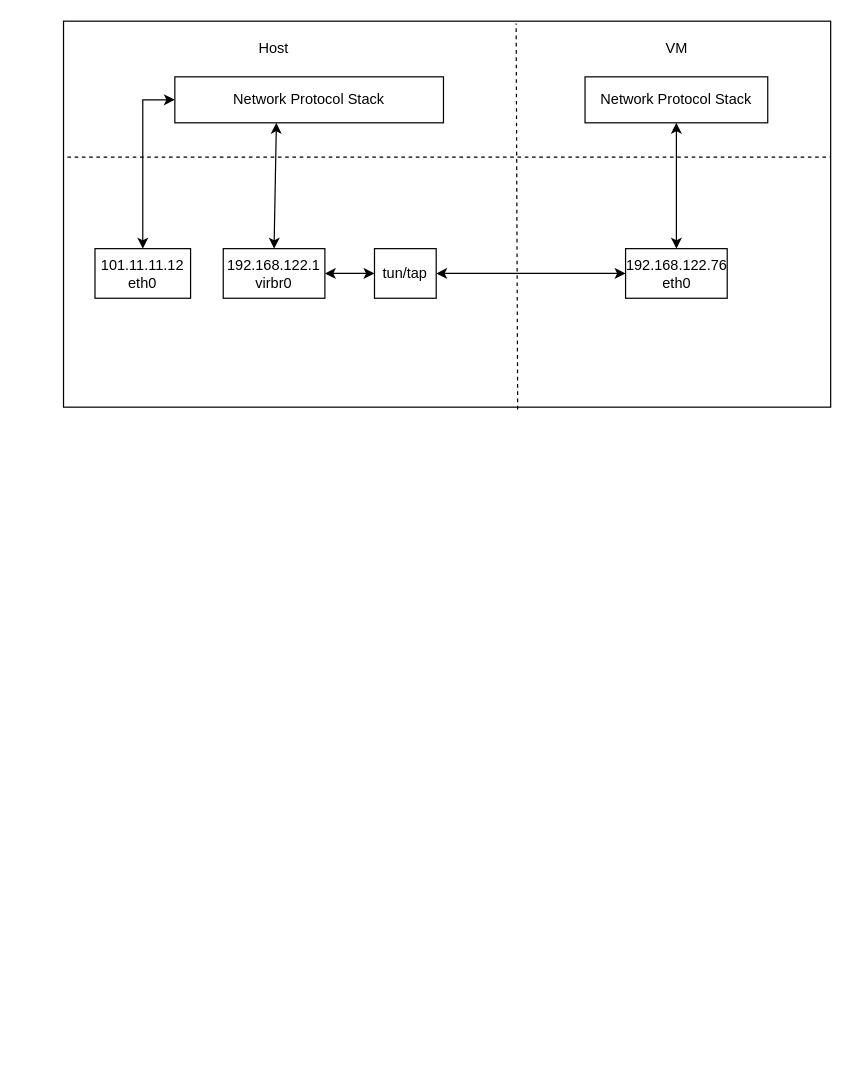
Above: bridge-tap.drawio in aleonly/drawio (draw.io), before the change. Source tidied: cells renumbered, new cells numbered last; positions are measured from the earlier drawing's top-left corner, leaving out a move shared by most shapes. Both pictures are drawn from the tidied source at 121%, with x=0, y=0 at pixel (63, 21).
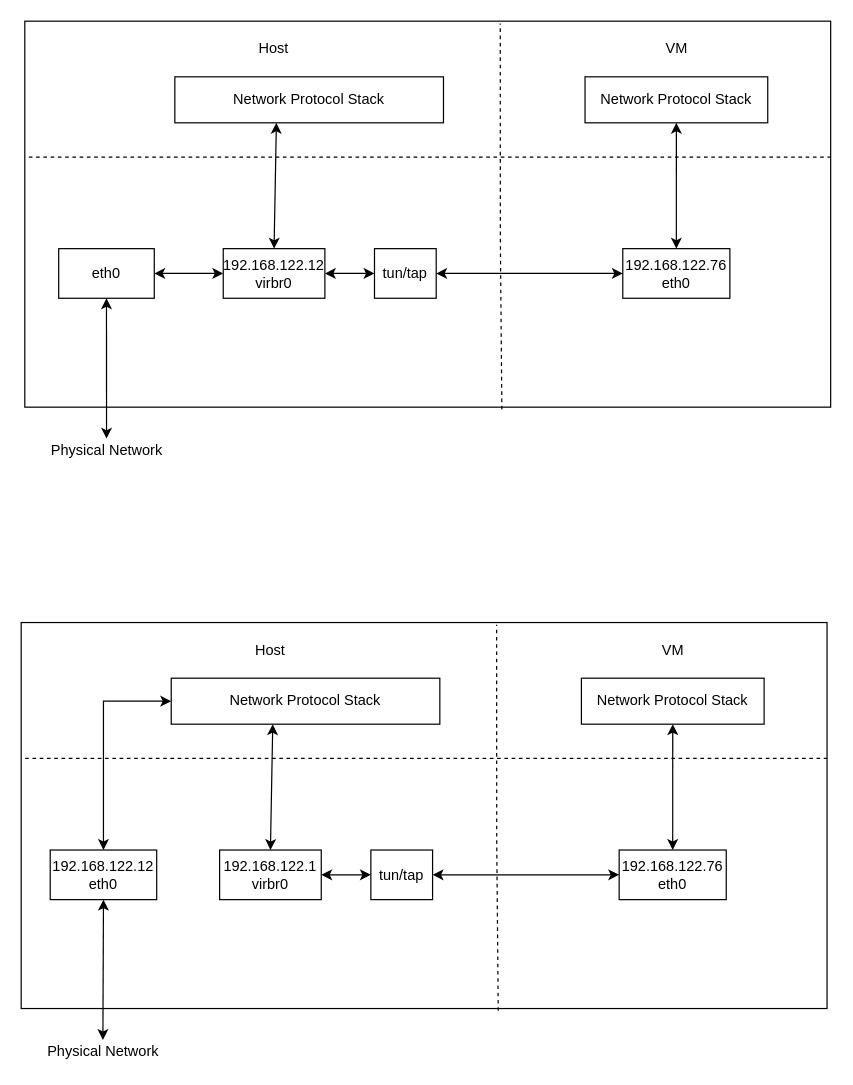
After the change.

The change refers to these unchanged cells:
```xml
<mxCell id="4" value="Network Protocol Stack" style="rounded=0;whiteSpace=wrap;html=1;" parent="1" vertex="1">
  <mxGeometry x="92" y="46" width="222" height="38" as="geometry" />
</mxCell>
```

Change to the diagram source:
```diff
@@
     <mxCell id="2" style="rounded=0;whiteSpace=wrap;html=1;" parent="1" vertex="1">
-      <mxGeometry width="634" height="319" as="geometry" />
+      <mxGeometry x="-32" width="666" height="319" as="geometry" />
     </mxCell>
-    <mxCell id="3" style="edgeStyle=orthogonalEdgeStyle;rounded=0;jettySize=auto;html=1;entryX=0.5;entryY=0;entryDx=0;entryDy=0;exitX=0;exitY=0.5;exitDx=0;exitDy=0;startArrow=classic;startFill=1;" parent="1" edge="1" source="4" target="16">
-      <mxGeometry relative="1" as="geometry" />
-    </mxCell>
@@
-    <mxCell id="6" value="192.168.122.1&lt;br&gt;virbr0" style="rounded=0;whiteSpace=wrap;html=1;" parent="1" vertex="1">
+    <mxCell id="6" value="192.168.122.12&lt;br&gt;virbr0" style="rounded=0;whiteSpace=wrap;html=1;" parent="1" vertex="1">
       <mxGeometry x="132" y="188" width="84" height="41" as="geometry" />
     </mxCell>
@@
     <mxCell id="11" value="192.168.122.76&lt;br&gt;eth0" style="rounded=0;whiteSpace=wrap;html=1;" parent="1" vertex="1">
-      <mxGeometry x="464.5" y="188" width="84" height="41" as="geometry" />
+      <mxGeometry x="462.2" y="188" width="88.5" height="41" as="geometry" />
     </mxCell>
     <mxCell id="12" style="endArrow=none;dashed=1;html=1;entryX=0.59;entryY=0.006;entryDx=0;entryDy=0;entryPerimeter=0;exitX=0.592;exitY=1.006;exitDx=0;exitDy=0;exitPerimeter=0;" parent="1" edge="1" source="2" target="2">
-      <mxGeometry relative="1" as="geometry" />
+      <mxGeometry relative="1" as="geometry">
+        <Array as="points">
+          <mxPoint x="361" y="179" />
+        </Array>
+      </mxGeometry>
     </mxCell>
@@
-    <mxCell id="16" value="101.11.11.12&lt;br&gt;eth0" style="rounded=0;whiteSpace=wrap;html=1;" parent="1" vertex="1">
-      <mxGeometry x="26" y="188" width="79" height="41" as="geometry" />
+    <mxCell id="16" value="eth0" style="rounded=0;whiteSpace=wrap;html=1;" parent="1" vertex="1">
+      <mxGeometry x="-4" y="188" width="79" height="41" as="geometry" />
     </mxCell>
@@
+    <mxCell id="18" value="Physical Network" style="text;html=1;strokeColor=none;fillColor=none;align=center;verticalAlign=middle;whiteSpace=wrap;rounded=0;" parent="1" vertex="1">
+      <mxGeometry x="-12.2" y="345" width="95.5" height="20" as="geometry" />
+    </mxCell>
+    <mxCell id="19" style="endArrow=classic;startArrow=classic;html=1;exitX=0.5;exitY=0;exitDx=0;exitDy=0;entryX=0.5;entryY=1;entryDx=0;entryDy=0;" parent="1" edge="1" source="18" target="16">
+      <mxGeometry relative="1" as="geometry" />
+    </mxCell>
+    <mxCell id="20" style="endArrow=classic;startArrow=classic;html=1;entryX=0;entryY=0.5;entryDx=0;entryDy=0;exitX=1;exitY=0.5;exitDx=0;exitDy=0;" parent="1" edge="1" source="16" target="6">
+      <mxGeometry relative="1" as="geometry" />
+    </mxCell>
+    <mxCell id="21" style="rounded=0;whiteSpace=wrap;html=1;" parent="1" vertex="1">
+      <mxGeometry x="-35" y="497" width="666" height="319" as="geometry" />
+    </mxCell>
+    <mxCell id="22" value="Network Protocol Stack" style="rounded=0;whiteSpace=wrap;html=1;" parent="1" vertex="1">
+      <mxGeometry x="89" y="543" width="222" height="38" as="geometry" />
+    </mxCell>
+    <mxCell id="23" style="endArrow=none;dashed=1;html=1;entryX=1;entryY=0.352;entryDx=0;entryDy=0;exitX=0.005;exitY=0.352;exitDx=0;exitDy=0;exitPerimeter=0;entryPerimeter=0;" parent="1" edge="1" source="21" target="21">
+      <mxGeometry relative="1" as="geometry" />
+    </mxCell>
+    <mxCell id="24" value="192.168.122.1&lt;br&gt;virbr0" style="rounded=0;whiteSpace=wrap;html=1;" parent="1" vertex="1">
+      <mxGeometry x="129" y="685" width="84" height="41" as="geometry" />
+    </mxCell>
+    <mxCell id="25" value="tun/tap" style="rounded=0;whiteSpace=wrap;html=1;" parent="1" vertex="1">
+      <mxGeometry x="254" y="685" width="51" height="41" as="geometry" />
+    </mxCell>
+    <mxCell id="26" value="Network Protocol Stack" style="rounded=0;whiteSpace=wrap;html=1;" parent="1" vertex="1">
+      <mxGeometry x="428" y="543" width="151" height="38" as="geometry" />
+    </mxCell>
+    <mxCell id="27" value="Host" style="text;html=1;strokeColor=none;fillColor=none;align=center;verticalAlign=middle;whiteSpace=wrap;rounded=0;" parent="1" vertex="1">
+      <mxGeometry x="151" y="510" width="40" height="20" as="geometry" />
+    </mxCell>
+    <mxCell id="28" value="VM" style="text;html=1;strokeColor=none;fillColor=none;align=center;verticalAlign=middle;whiteSpace=wrap;rounded=0;" parent="1" vertex="1">
+      <mxGeometry x="483.5" y="510" width="40" height="20" as="geometry" />
+    </mxCell>
+    <mxCell id="29" value="192.168.122.76&lt;br&gt;eth0" style="rounded=0;whiteSpace=wrap;html=1;" parent="1" vertex="1">
+      <mxGeometry x="459.2" y="685" width="88.5" height="41" as="geometry" />
+    </mxCell>
+    <mxCell id="30" style="endArrow=none;dashed=1;html=1;entryX=0.59;entryY=0.006;entryDx=0;entryDy=0;entryPerimeter=0;exitX=0.592;exitY=1.006;exitDx=0;exitDy=0;exitPerimeter=0;" parent="1" edge="1" source="21" target="21">
+      <mxGeometry relative="1" as="geometry">
+        <Array as="points">
+          <mxPoint x="358" y="676" />
+        </Array>
+      </mxGeometry>
+    </mxCell>
+    <mxCell id="31" style="endArrow=classic;startArrow=classic;html=1;entryX=0.5;entryY=1;entryDx=0;entryDy=0;exitX=0.5;exitY=0;exitDx=0;exitDy=0;" parent="1" edge="1" source="29" target="26">
+      <mxGeometry relative="1" as="geometry" />
+    </mxCell>
+    <mxCell id="32" style="endArrow=classic;startArrow=classic;html=1;entryX=0;entryY=0.5;entryDx=0;entryDy=0;exitX=1;exitY=0.5;exitDx=0;exitDy=0;" parent="1" edge="1" source="25" target="29">
+      <mxGeometry relative="1" as="geometry" />
+    </mxCell>
+    <mxCell id="33" style="endArrow=classic;startArrow=classic;html=1;entryX=0;entryY=0.5;entryDx=0;entryDy=0;exitX=1;exitY=0.5;exitDx=0;exitDy=0;" parent="1" edge="1" source="24" target="25">
+      <mxGeometry relative="1" as="geometry" />
+    </mxCell>
+    <mxCell id="34" value="192.168.122.12&lt;br&gt;eth0" style="rounded=0;whiteSpace=wrap;html=1;" parent="1" vertex="1">
+      <mxGeometry x="-11" y="685" width="88" height="41" as="geometry" />
+    </mxCell>
+    <mxCell id="35" style="endArrow=classic;startArrow=classic;html=1;exitX=0.5;exitY=0;exitDx=0;exitDy=0;entryX=0.378;entryY=1;entryDx=0;entryDy=0;entryPerimeter=0;" parent="1" edge="1" source="24" target="22">
+      <mxGeometry relative="1" as="geometry" />
+    </mxCell>
+    <mxCell id="36" value="Physical Network" style="text;html=1;strokeColor=none;fillColor=none;align=center;verticalAlign=middle;whiteSpace=wrap;rounded=0;" parent="1" vertex="1">
+      <mxGeometry x="-15.2" y="842" width="95.5" height="20" as="geometry" />
+    </mxCell>
+    <mxCell id="37" style="endArrow=classic;startArrow=classic;html=1;exitX=0.5;exitY=0;exitDx=0;exitDy=0;entryX=0.5;entryY=1;entryDx=0;entryDy=0;" parent="1" edge="1" source="36" target="34">
+      <mxGeometry relative="1" as="geometry" />
+    </mxCell>
+    <mxCell id="38" style="endArrow=classic;startArrow=classic;html=1;entryX=0;entryY=0.5;entryDx=0;entryDy=0;exitX=0.5;exitY=0;exitDx=0;exitDy=0;edgeStyle=orthogonalEdgeStyle;strokeColor=#000000;rounded=0;" parent="1" edge="1" source="34" target="22">
+      <mxGeometry relative="1" as="geometry" />
+    </mxCell>
```
